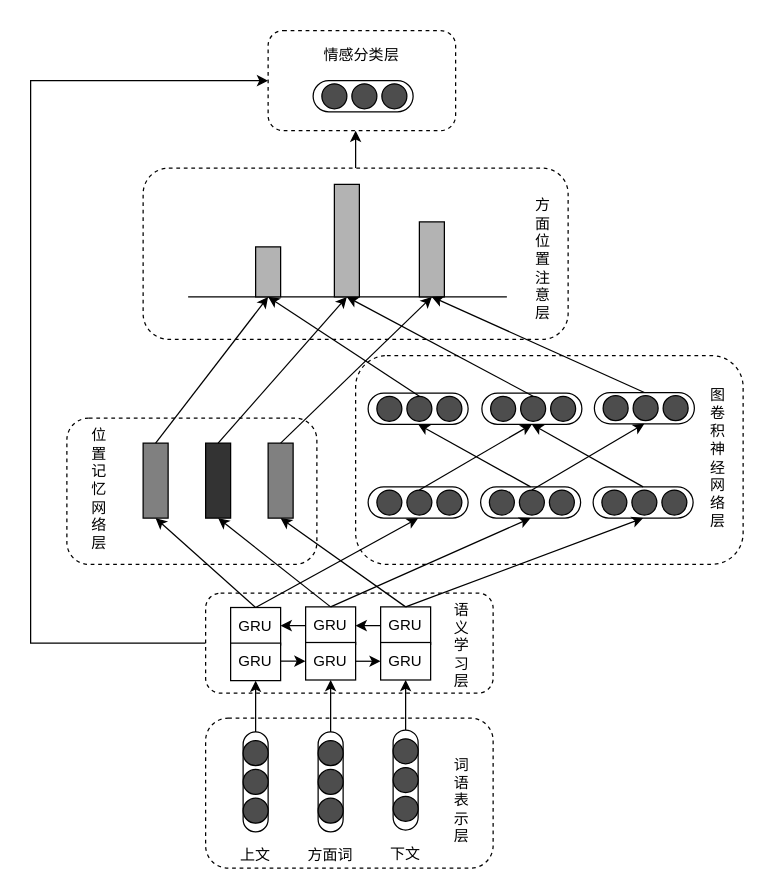
Before: MemGCN.drawio in yesxiaoyu/git-demo, a draw.io diagram. Source tidied: cells renumbered, new cells numbered last; positions are measured from the earlier drawing's top-left corner, leaving out a move shared by most shapes. Both pictures are drawn from the tidied source at 125%, with x=0, y=0 at pixel (30, 30).
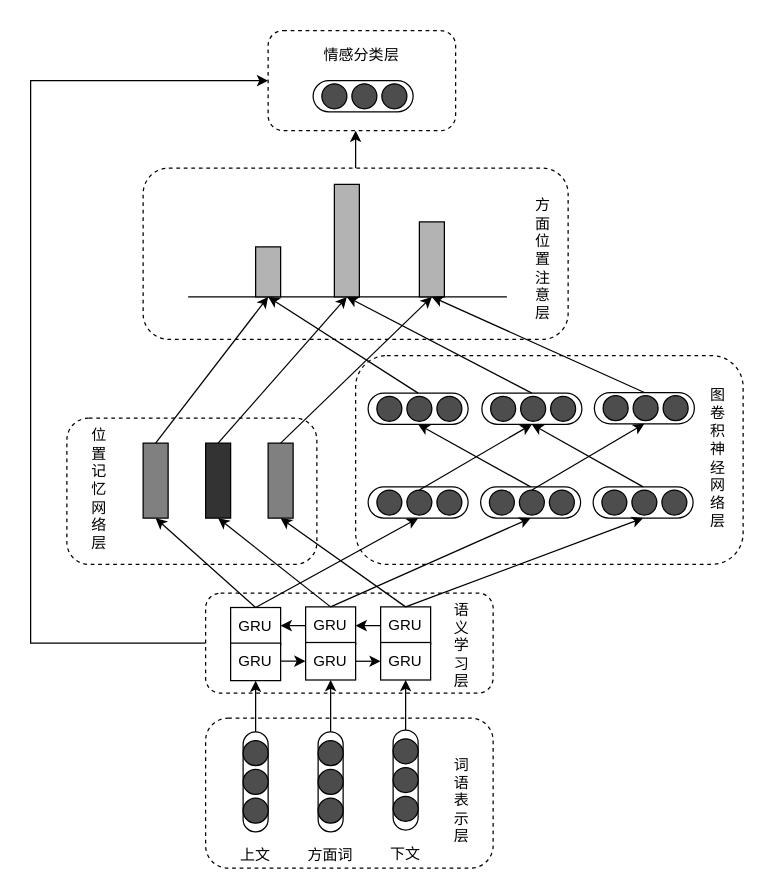
The same page after the edit.

Unchanged cells that the change refers to:
```xml
<mxCell id="80" style="rounded=1;whiteSpace=wrap;html=1;arcSize=50;" parent="79" vertex="1">
  <mxGeometry width="80" height="25" as="geometry" />
</mxCell>
<mxCell id="82" style="ellipse;whiteSpace=wrap;html=1;fillColor=#4D4D4D;" parent="79" vertex="1">
  <mxGeometry x="31" y="2.5" width="20" height="20" as="geometry" />
</mxCell>
<mxCell id="86" style="rounded=1;whiteSpace=wrap;html=1;arcSize=50;" parent="85" vertex="1">
  <mxGeometry width="80" height="25" as="geometry" />
</mxCell>
<mxCell id="88" style="ellipse;whiteSpace=wrap;html=1;fillColor=#4D4D4D;" parent="85" vertex="1">
  <mxGeometry x="31" y="2.5" width="20" height="20" as="geometry" />
</mxCell>
<mxCell id="114" style="rounded=0;whiteSpace=wrap;html=1;fillColor=#B3B3B3;" parent="112" vertex="1">
  <mxGeometry x="117" width="20" height="90" as="geometry" />
</mxCell>
<mxCell id="115" style="rounded=0;whiteSpace=wrap;html=1;fillColor=#B3B3B3;" parent="112" vertex="1">
  <mxGeometry x="54" y="50" width="20" height="40" as="geometry" />
</mxCell>
```

Change to the diagram source:
```diff
@@
-    <mxCell id="121" style="edgeStyle=none;rounded=0;jettySize=auto;html=1;exitX=0.5;exitY=0;exitDx=0;exitDy=0;entryX=0.5;entryY=1;entryDx=0;entryDy=0;" parent="1" edge="1" source="82" target="115">
-      <mxGeometry relative="1" as="geometry" />
-    </mxCell>
-    <mxCell id="122" style="edgeStyle=none;rounded=0;jettySize=auto;html=1;exitX=0.5;exitY=0;exitDx=0;exitDy=0;entryX=0.5;entryY=1;entryDx=0;entryDy=0;" parent="1" edge="1" source="88" target="114">
-      <mxGeometry relative="1" as="geometry" />
-    </mxCell>
@@
+    <mxCell id="125" style="rounded=0;jettySize=auto;html=1;exitX=0.5;exitY=0;exitDx=0;exitDy=0;entryX=0.5;entryY=1;entryDx=0;entryDy=0;" parent="1" edge="1" source="80" target="115">
+      <mxGeometry relative="1" as="geometry" />
+    </mxCell>
+    <mxCell id="126" style="edgeStyle=none;rounded=0;jettySize=auto;html=1;exitX=0.5;exitY=0;exitDx=0;exitDy=0;entryX=0.5;entryY=1;entryDx=0;entryDy=0;" parent="1" edge="1" source="86" target="114">
+      <mxGeometry relative="1" as="geometry" />
+    </mxCell>
```
